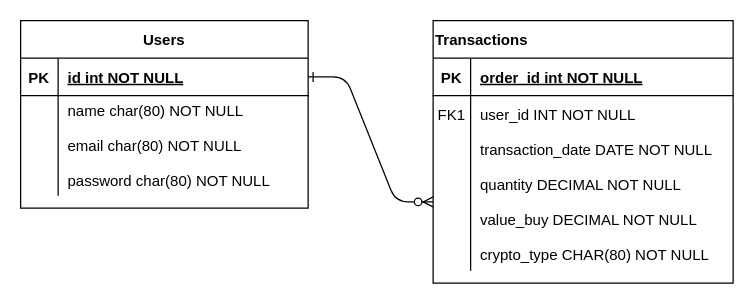
The draw.io diagram Untitled Diagram.drawio in sandronister/gama-coders-backend, before the edit. Source tidied: cells renumbered, new cells numbered last; positions are measured from the earlier drawing's top-left corner, leaving out a move shared by most shapes. Both pictures are drawn from the tidied source at 125%, with x=0, y=0 at pixel (20, 20).
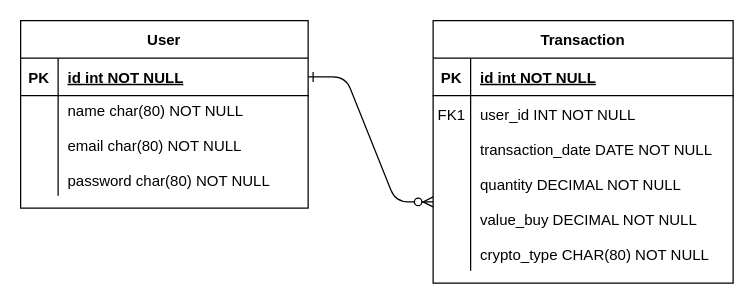
The same page after the edit.

Commit message:
Update table names

Change to the diagram source:
```diff
@@
 <mxGraphModel>
   <root>
     <mxCell id="0" />
     <mxCell id="1" parent="0" />
     <mxCell id="2" style="edgeStyle=entityRelationEdgeStyle;endArrow=ERzeroToMany;startArrow=ERone;endFill=1;startFill=0;" parent="1" edge="1" source="14" target="10">
       <mxGeometry relative="1" as="geometry" />
     </mxCell>
-    <mxCell id="3" value="Transactions" style="shape=table;startSize=30;childLayout=tableLayout;rowLines=0;fontStyle=1;align=left;" parent="1" vertex="1">
+    <mxCell id="3" value="Transaction" style="shape=table;startSize=30;childLayout=tableLayout;rowLines=0;fontStyle=1;align=center;" parent="1" vertex="1">
       <mxGeometry x="330" width="240" height="210" as="geometry" />
     </mxCell>
     <mxCell id="4" style="shape=partialRectangle;fillColor=none;top=0;left=0;right=0;bottom=1;" parent="3" vertex="1">
       <mxGeometry y="30" width="240" height="30" as="geometry" />
     </mxCell>
     <mxCell id="5" value="PK" style="shape=partialRectangle;overflow=hidden;fillColor=none;top=0;left=0;bottom=0;right=0;fontStyle=1;" parent="4" vertex="1">
       <mxGeometry width="30" height="30" as="geometry" />
     </mxCell>
-    <mxCell id="6" value="order_id int NOT NULL " style="shape=partialRectangle;overflow=hidden;fillColor=none;top=0;left=0;bottom=0;right=0;align=left;spacingLeft=6;fontStyle=5;" parent="4" vertex="1">
+    <mxCell id="6" value="id int NOT NULL " style="shape=partialRectangle;overflow=hidden;fillColor=none;top=0;left=0;bottom=0;right=0;align=left;spacingLeft=6;fontStyle=5;" parent="4" vertex="1">
       <mxGeometry x="30" width="210" height="30" as="geometry" />
     </mxCell>
     <mxCell id="7" style="shape=partialRectangle;fillColor=none;top=0;left=0;right=0;bottom=0;" parent="3" vertex="1">
       <mxGeometry y="60" width="240" height="30" as="geometry" />
     </mxCell>
     <mxCell id="8" value="FK1" style="shape=partialRectangle;overflow=hidden;fillColor=none;top=0;left=0;bottom=0;right=0;" parent="7" vertex="1">
       <mxGeometry width="30" height="30" as="geometry" />
     </mxCell>
     <mxCell id="9" value="user_id INT NOT NULL" style="shape=partialRectangle;overflow=hidden;fillColor=none;top=0;left=0;bottom=0;right=0;align=left;spacingLeft=6;" parent="7" vertex="1">
       <mxGeometry x="30" width="210" height="30" as="geometry" />
     </mxCell>
     <mxCell id="10" style="shape=partialRectangle;fillColor=none;points=[[0,0.5],[1,0.5]];portConstraint=eastwest;top=0;left=0;right=0;bottom=0;align=left;" parent="3" vertex="1">
       <mxGeometry y="90" width="240" height="110" as="geometry" />
     </mxCell>
     <mxCell id="11" style="shape=partialRectangle;overflow=hidden;fillColor=none;top=0;left=0;bottom=0;right=0;align=left;" parent="10" vertex="1">
       <mxGeometry width="30" height="110" as="geometry" />
     </mxCell>
     <mxCell id="12" value="transaction_date DATE NOT NULL&#10;&#10;quantity DECIMAL NOT NULL&#10;&#10;value_buy DECIMAL NOT NULL&#10;&#10;crypto_type CHAR(80) NOT NULL" style="shape=partialRectangle;overflow=hidden;fillColor=none;top=0;left=0;bottom=0;right=0;align=left;spacingLeft=6;" parent="10" vertex="1">
       <mxGeometry x="30" width="210" height="110" as="geometry" />
     </mxCell>
-    <mxCell id="13" value="Users" style="shape=table;startSize=30;childLayout=tableLayout;rowLines=0;fontStyle=1;align=center;" parent="1" vertex="1">
+    <mxCell id="13" value="User" style="shape=table;startSize=30;childLayout=tableLayout;rowLines=0;fontStyle=1;align=center;" parent="1" vertex="1">
       <mxGeometry width="230" height="150" as="geometry" />
     </mxCell>
     <mxCell id="14" style="shape=partialRectangle;fillColor=none;points=[[0,0.5],[1,0.5]];portConstraint=eastwest;top=0;left=0;right=0;bottom=1;" parent="13" vertex="1">
       <mxGeometry y="30" width="230" height="30" as="geometry" />
     </mxCell>
     <mxCell id="15" value="PK" style="shape=partialRectangle;overflow=hidden;fillColor=none;top=0;left=0;bottom=0;right=0;fontStyle=1;" parent="14" vertex="1">
       <mxGeometry width="30" height="30" as="geometry" />
     </mxCell>
     <mxCell id="16" value="id int NOT NULL " style="shape=partialRectangle;overflow=hidden;fillColor=none;top=0;left=0;bottom=0;right=0;align=left;spacingLeft=6;fontStyle=5;" parent="14" vertex="1">
       <mxGeometry x="30" width="200" height="30" as="geometry" />
     </mxCell>
     <mxCell id="17" style="shape=partialRectangle;fillColor=none;top=0;left=0;right=0;bottom=0;" parent="13" vertex="1">
       <mxGeometry y="60" width="230" height="80" as="geometry" />
     </mxCell>
     <mxCell id="18" style="shape=partialRectangle;overflow=hidden;fillColor=none;top=0;left=0;bottom=0;right=0;" parent="17" vertex="1">
       <mxGeometry width="30" height="80" as="geometry" />
     </mxCell>
     <mxCell id="19" value="name char(80) NOT NULL&#10;&#10;email char(80) NOT NULL&#10;&#10;password char(80) NOT NULL" style="shape=partialRectangle;overflow=hidden;fillColor=none;top=0;left=0;bottom=0;right=0;align=left;spacingLeft=6;" parent="17" vertex="1">
       <mxGeometry x="30" width="200" height="80" as="geometry" />
     </mxCell>
   </root>
 </mxGraphModel>
```
